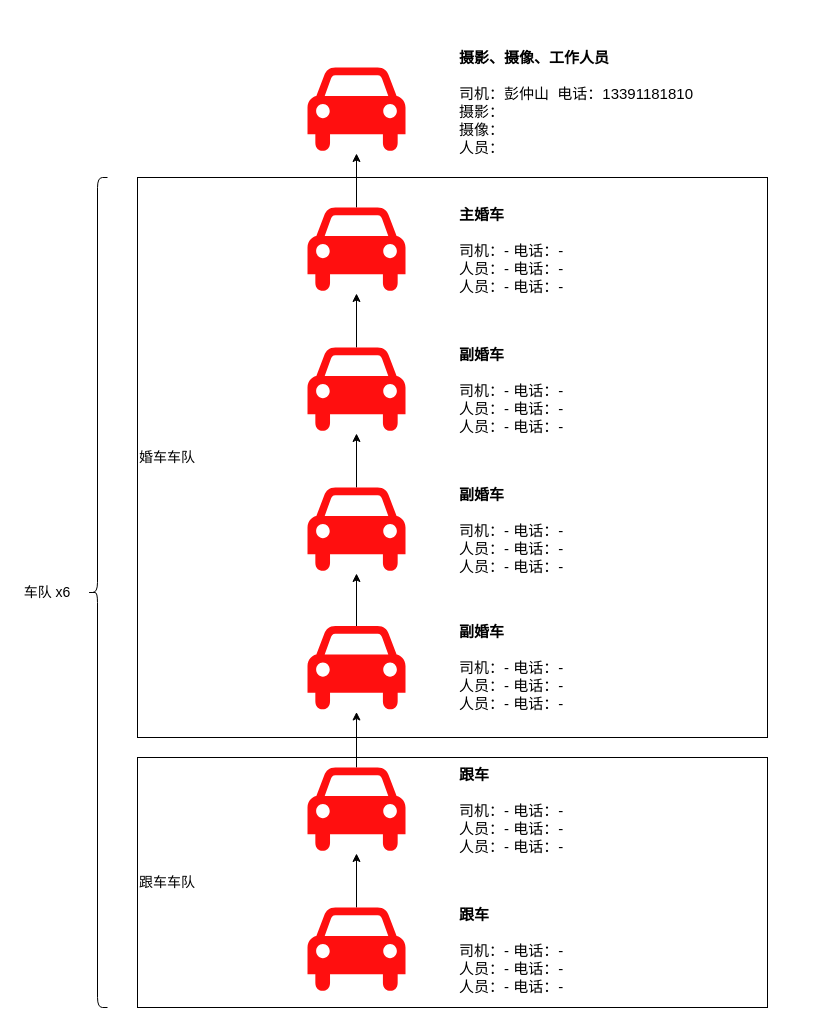
This is 结婚车队顺序.drawio from rexlin600/diagrams, a draw.io file, before an edit. Source tidied: cells renumbered, new cells numbered last; positions are measured from the earlier drawing's top-left corner, leaving out a move shared by most shapes. Both pictures are drawn from the tidied source at 100%, with x=0, y=0 at pixel (17, 57).
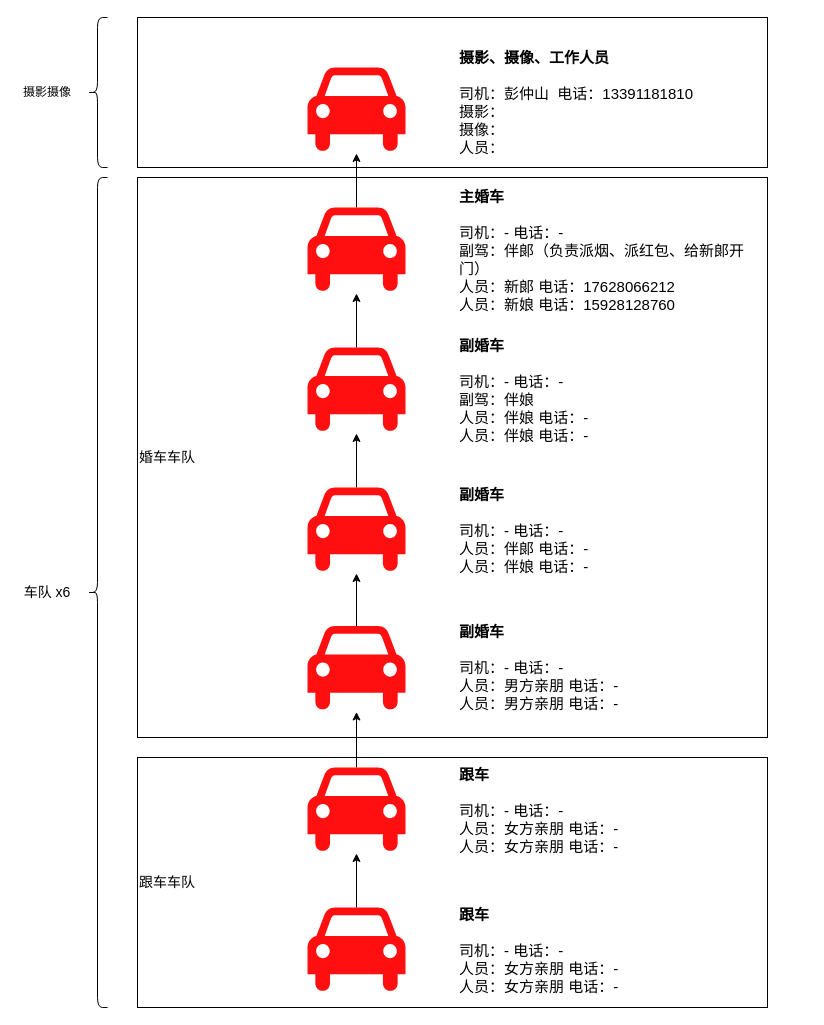
Above is the later version.

Commit message:
更新结婚车队顺序.drawio

Change to the diagram source:
```diff
@@
+    <mxCell id="26" style="rounded=0;whiteSpace=wrap;html=1;" parent="1" vertex="1">
+      <mxGeometry x="120" y="-40" width="630" height="150" as="geometry" />
+    </mxCell>
@@
-    <mxCell id="18" value="&lt;b style=&quot;font-size: 15px&quot;&gt;&lt;font style=&quot;font-size: 15px&quot;&gt;主婚车&lt;br style=&quot;font-size: 15px&quot;&gt;&lt;/font&gt;&lt;/b&gt;&lt;br style=&quot;font-size: 15px&quot;&gt;司机：- 电话：-&lt;br style=&quot;font-size: 15px&quot;&gt;人员：- 电话：-&lt;br style=&quot;font-size: 15px&quot;&gt;人员：- 电话：-" style="text;html=1;strokeColor=none;fillColor=none;align=left;verticalAlign=middle;whiteSpace=wrap;rounded=0;fontSize=15;" parent="1" vertex="1">
+    <mxCell id="18" value="&lt;b style=&quot;font-size: 15px&quot;&gt;&lt;font style=&quot;font-size: 15px&quot;&gt;主婚车&lt;br style=&quot;font-size: 15px&quot;&gt;&lt;/font&gt;&lt;/b&gt;&lt;br style=&quot;font-size: 15px&quot;&gt;司机：- 电话：-&lt;br&gt;副驾：伴郎（负责派烟、派红包、给新郎开门）&lt;br style=&quot;font-size: 15px&quot;&gt;人员：新郎 电话：17628066212&lt;br style=&quot;font-size: 15px&quot;&gt;人员：新娘 电话：15928128760" style="text;html=1;strokeColor=none;fillColor=none;align=left;verticalAlign=middle;whiteSpace=wrap;rounded=0;fontSize=15;" parent="1" vertex="1">
       <mxGeometry x="440" y="148" width="310" height="90" as="geometry" />
     </mxCell>
-    <mxCell id="19" value="&lt;b style=&quot;font-size: 15px&quot;&gt;&lt;font style=&quot;font-size: 15px&quot;&gt;副婚车&lt;br style=&quot;font-size: 15px&quot;&gt;&lt;/font&gt;&lt;/b&gt;&lt;br style=&quot;font-size: 15px&quot;&gt;司机：- 电话：-&lt;br style=&quot;font-size: 15px&quot;&gt;人员：- 电话：-&lt;br style=&quot;font-size: 15px&quot;&gt;人员：- 电话：-" style="text;html=1;strokeColor=none;fillColor=none;align=left;verticalAlign=middle;whiteSpace=wrap;rounded=0;fontSize=15;" parent="1" vertex="1">
+    <mxCell id="19" value="&lt;b style=&quot;font-size: 15px&quot;&gt;&lt;font style=&quot;font-size: 15px&quot;&gt;副婚车&lt;br style=&quot;font-size: 15px&quot;&gt;&lt;/font&gt;&lt;/b&gt;&lt;br style=&quot;font-size: 15px&quot;&gt;司机：- 电话：-&lt;br&gt;副驾：伴娘&lt;br style=&quot;font-size: 15px&quot;&gt;人员：伴娘 电话：-&lt;br style=&quot;font-size: 15px&quot;&gt;人员：伴娘 电话：-" style="text;html=1;strokeColor=none;fillColor=none;align=left;verticalAlign=middle;whiteSpace=wrap;rounded=0;fontSize=15;" parent="1" vertex="1">
       <mxGeometry x="440" y="288" width="310" height="90" as="geometry" />
     </mxCell>
-    <mxCell id="20" value="&lt;b style=&quot;font-size: 15px&quot;&gt;&lt;font style=&quot;font-size: 15px&quot;&gt;副婚车&lt;br style=&quot;font-size: 15px&quot;&gt;&lt;/font&gt;&lt;/b&gt;&lt;br style=&quot;font-size: 15px&quot;&gt;司机：- 电话：-&lt;br style=&quot;font-size: 15px&quot;&gt;人员：- 电话：-&lt;br style=&quot;font-size: 15px&quot;&gt;人员：- 电话：-" style="text;html=1;strokeColor=none;fillColor=none;align=left;verticalAlign=middle;whiteSpace=wrap;rounded=0;fontSize=15;" parent="1" vertex="1">
+    <mxCell id="20" value="&lt;b style=&quot;font-size: 15px&quot;&gt;&lt;font style=&quot;font-size: 15px&quot;&gt;副婚车&lt;br style=&quot;font-size: 15px&quot;&gt;&lt;/font&gt;&lt;/b&gt;&lt;br style=&quot;font-size: 15px&quot;&gt;司机：- 电话：-&lt;br style=&quot;font-size: 15px&quot;&gt;人员：伴郎 电话：-&lt;br style=&quot;font-size: 15px&quot;&gt;人员：伴娘 电话：-" style="text;html=1;strokeColor=none;fillColor=none;align=left;verticalAlign=middle;whiteSpace=wrap;rounded=0;fontSize=15;" parent="1" vertex="1">
       <mxGeometry x="440" y="428" width="310" height="90" as="geometry" />
     </mxCell>
-    <mxCell id="21" value="&lt;b style=&quot;font-size: 15px&quot;&gt;&lt;font style=&quot;font-size: 15px&quot;&gt;副婚车&lt;br style=&quot;font-size: 15px&quot;&gt;&lt;/font&gt;&lt;/b&gt;&lt;br style=&quot;font-size: 15px&quot;&gt;司机：- 电话：-&lt;br style=&quot;font-size: 15px&quot;&gt;人员：- 电话：-&lt;br style=&quot;font-size: 15px&quot;&gt;人员：- 电话：-" style="text;html=1;strokeColor=none;fillColor=none;align=left;verticalAlign=middle;whiteSpace=wrap;rounded=0;fontSize=15;" parent="1" vertex="1">
+    <mxCell id="21" value="&lt;b style=&quot;font-size: 15px&quot;&gt;&lt;font style=&quot;font-size: 15px&quot;&gt;副婚车&lt;br style=&quot;font-size: 15px&quot;&gt;&lt;/font&gt;&lt;/b&gt;&lt;br style=&quot;font-size: 15px&quot;&gt;司机：- 电话：-&lt;br style=&quot;font-size: 15px&quot;&gt;人员：男方亲朋 电话：-&lt;br style=&quot;font-size: 15px&quot;&gt;人员：男方亲朋 电话：-" style="text;html=1;strokeColor=none;fillColor=none;align=left;verticalAlign=middle;whiteSpace=wrap;rounded=0;fontSize=15;" parent="1" vertex="1">
       <mxGeometry x="440" y="565" width="310" height="90" as="geometry" />
     </mxCell>
-    <mxCell id="22" value="&lt;b style=&quot;font-size: 15px&quot;&gt;&lt;font style=&quot;font-size: 15px&quot;&gt;跟车&lt;br style=&quot;font-size: 15px&quot;&gt;&lt;/font&gt;&lt;/b&gt;&lt;br style=&quot;font-size: 15px&quot;&gt;司机：- 电话：-&lt;br style=&quot;font-size: 15px&quot;&gt;人员：- 电话：-&lt;br style=&quot;font-size: 15px&quot;&gt;人员：- 电话：-" style="text;html=1;strokeColor=none;fillColor=none;align=left;verticalAlign=middle;whiteSpace=wrap;rounded=0;fontSize=15;" parent="1" vertex="1">
+    <mxCell id="22" value="&lt;b style=&quot;font-size: 15px&quot;&gt;&lt;font style=&quot;font-size: 15px&quot;&gt;跟车&lt;br style=&quot;font-size: 15px&quot;&gt;&lt;/font&gt;&lt;/b&gt;&lt;br style=&quot;font-size: 15px&quot;&gt;司机：- 电话：-&lt;br style=&quot;font-size: 15px&quot;&gt;人员：女方亲朋 电话：-&lt;br style=&quot;font-size: 15px&quot;&gt;人员：女方亲朋 电话：-" style="text;html=1;strokeColor=none;fillColor=none;align=left;verticalAlign=middle;whiteSpace=wrap;rounded=0;fontSize=15;" parent="1" vertex="1">
       <mxGeometry x="440" y="708" width="310" height="90" as="geometry" />
     </mxCell>
-    <mxCell id="23" value="&lt;b style=&quot;font-size: 15px&quot;&gt;&lt;font style=&quot;font-size: 15px&quot;&gt;跟车&lt;br style=&quot;font-size: 15px&quot;&gt;&lt;/font&gt;&lt;/b&gt;&lt;br style=&quot;font-size: 15px&quot;&gt;司机：- 电话：-&lt;br style=&quot;font-size: 15px&quot;&gt;人员：- 电话：-&lt;br style=&quot;font-size: 15px&quot;&gt;人员：- 电话：-" style="text;html=1;strokeColor=none;fillColor=none;align=left;verticalAlign=middle;whiteSpace=wrap;rounded=0;fontSize=15;" parent="1" vertex="1">
+    <mxCell id="23" value="&lt;b style=&quot;font-size: 15px&quot;&gt;&lt;font style=&quot;font-size: 15px&quot;&gt;跟车&lt;br style=&quot;font-size: 15px&quot;&gt;&lt;/font&gt;&lt;/b&gt;&lt;br style=&quot;font-size: 15px&quot;&gt;司机：- 电话：-&lt;br style=&quot;font-size: 15px&quot;&gt;人员：女方亲朋 电话：-&lt;br style=&quot;font-size: 15px&quot;&gt;人员：女方亲朋 电话：-" style="text;html=1;strokeColor=none;fillColor=none;align=left;verticalAlign=middle;whiteSpace=wrap;rounded=0;fontSize=15;" parent="1" vertex="1">
       <mxGeometry x="440" y="848" width="310" height="90" as="geometry" />
     </mxCell>
@@
+    <mxCell id="27" style="shape=curlyBracket;whiteSpace=wrap;html=1;rounded=1;" parent="1" vertex="1">
+      <mxGeometry x="70" y="-40" width="20" height="150" as="geometry" />
+    </mxCell>
+    <mxCell id="28" value="摄影摄像" style="text;html=1;strokeColor=none;fillColor=none;align=center;verticalAlign=middle;whiteSpace=wrap;rounded=0;" parent="1" vertex="1">
+      <mxGeometry y="20" width="60" height="30" as="geometry" />
+    </mxCell>
```
